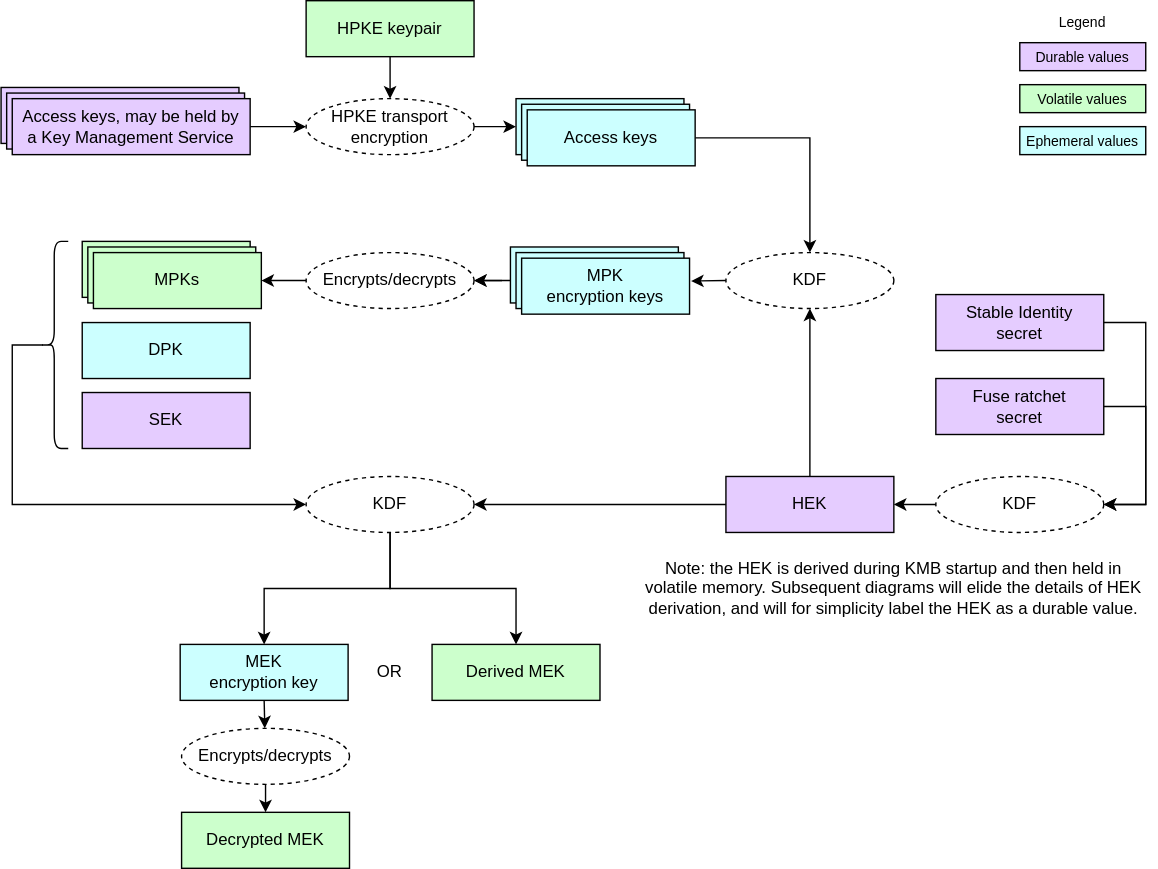
Before: doc/ocp_lock/diagrams/key_hierarchy.drawio.svg, a diagram exported from draw.io (chipsalliance/Caliptra). Source tidied: cells renumbered, new cells last; positions are measured from the earlier drawing's top-left corner, leaving out a move shared by most shapes.
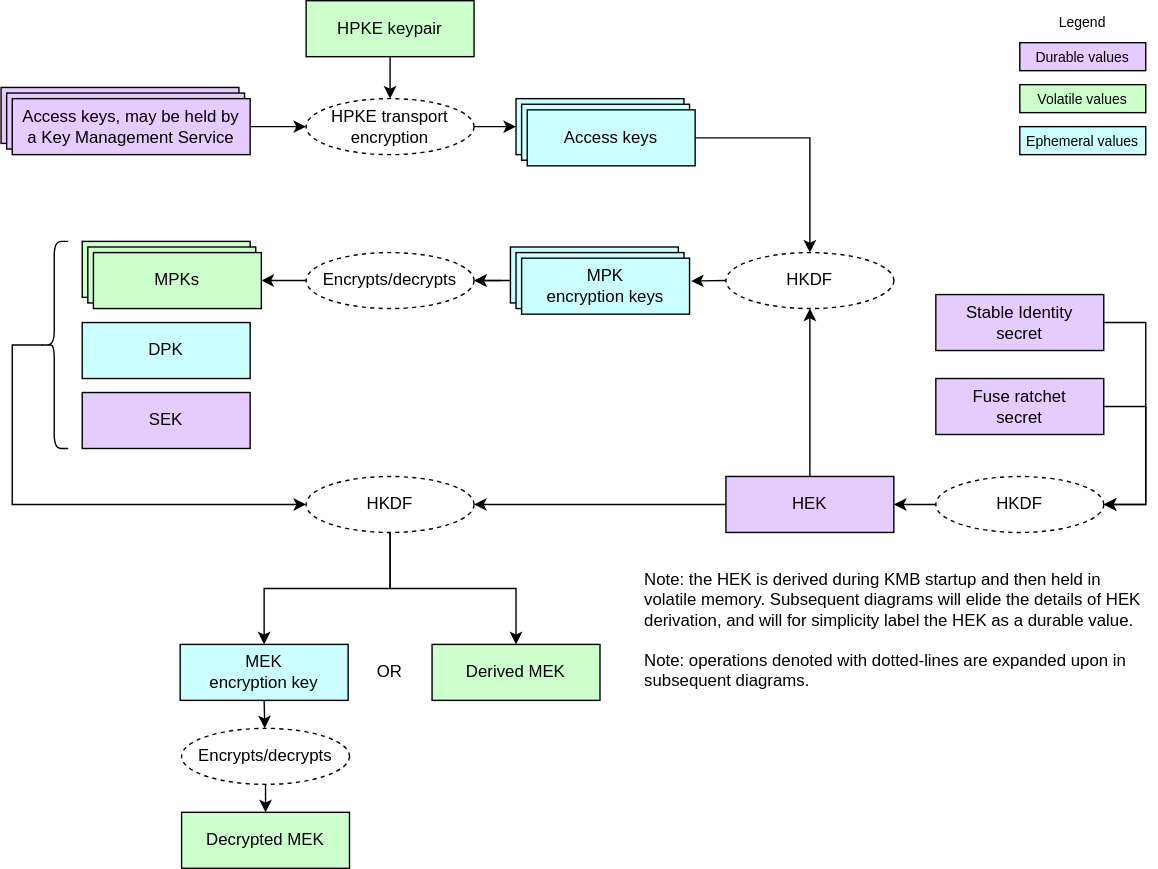
The same diagram one commit later.

Diff of the diagram source:
```diff
@@ -28,7 +28,7 @@
     <mxCell id="9" value="&lt;div&gt;&lt;font color=&quot;#000000&quot;&gt;Access keys&lt;/font&gt;&lt;/div&gt;" style="rounded=0;whiteSpace=wrap;html=1;align=center;verticalAlign=middle;shadow=0;glass=0;spacingLeft=0;spacingBottom=0;spacingTop=0;fillColor=#CCFFFF;" parent="1" vertex="1">
       <mxGeometry x="368" y="70" width="120" height="40" as="geometry" />
     </mxCell>
-    <mxCell id="10" value="KDF" style="ellipse;whiteSpace=wrap;html=1;fillColor=#FFFFFF;dashed=1;" parent="1" vertex="1">
+    <mxCell id="10" value="HKDF" style="ellipse;whiteSpace=wrap;html=1;fillColor=#FFFFFF;dashed=1;" parent="1" vertex="1">
       <mxGeometry x="518" y="180" width="120" height="40" as="geometry" />
     </mxCell>
     <mxCell id="11" value="Encrypts/decrypts" style="ellipse;whiteSpace=wrap;html=1;fillColor=#FFFFFF;dashed=1;" parent="1" vertex="1">
@@ -90,7 +90,7 @@
     <mxCell id="28" value="&lt;div&gt;&lt;font color=&quot;#000000&quot;&gt;MPKs&lt;/font&gt;&lt;/div&gt;" style="rounded=0;whiteSpace=wrap;html=1;align=center;verticalAlign=middle;shadow=0;glass=0;spacingLeft=0;spacingBottom=0;spacingTop=0;fillColor=#CCFFCC;" parent="1" vertex="1">
       <mxGeometry x="66" y="180" width="120" height="40" as="geometry" />
     </mxCell>
-    <mxCell id="29" value="KDF" style="ellipse;whiteSpace=wrap;html=1;fillColor=#FFFFFF;dashed=1;" parent="1" vertex="1">
+    <mxCell id="29" value="HKDF" style="ellipse;whiteSpace=wrap;html=1;fillColor=#FFFFFF;dashed=1;" parent="1" vertex="1">
       <mxGeometry x="218" y="340" width="120" height="40" as="geometry" />
     </mxCell>
     <mxCell id="30" value="&lt;div&gt;&lt;font color=&quot;#000000&quot;&gt;DPK&lt;/font&gt;&lt;/div&gt;" style="rounded=0;whiteSpace=wrap;html=1;align=center;verticalAlign=middle;shadow=0;glass=0;spacingLeft=0;spacingBottom=0;spacingTop=0;fillColor=#CCFFFF;" parent="1" vertex="1">
@@ -139,7 +139,7 @@
     <mxCell id="41" value="&lt;div&gt;&lt;font color=&quot;#000000&quot;&gt;Fuse ratchet&lt;/font&gt;&lt;/div&gt;&lt;div&gt;&lt;font color=&quot;#000000&quot;&gt;secret&lt;/font&gt;&lt;/div&gt;" style="rounded=0;whiteSpace=wrap;html=1;align=center;verticalAlign=middle;shadow=0;glass=0;spacingLeft=0;spacingBottom=0;spacingTop=0;fillColor=#E5CCFF;" parent="1" vertex="1">
       <mxGeometry x="668" y="270" width="120" height="40" as="geometry" />
     </mxCell>
-    <mxCell id="42" value="KDF" style="ellipse;whiteSpace=wrap;html=1;fillColor=#FFFFFF;dashed=1;" parent="1" vertex="1">
+    <mxCell id="42" value="HKDF" style="ellipse;whiteSpace=wrap;html=1;fillColor=#FFFFFF;dashed=1;" parent="1" vertex="1">
       <mxGeometry x="668" y="340" width="120" height="40" as="geometry" />
     </mxCell>
     <mxCell id="43" style="edgeStyle=segmentEdgeStyle;endArrow=classic;html=1;curved=0;rounded=0;endSize=6;startSize=6;entryX=1;entryY=0.5;entryDx=0;entryDy=0;exitX=1;exitY=0.5;exitDx=0;exitDy=0;" parent="1" edge="1" source="40" target="42">
@@ -161,8 +161,8 @@
         </Array>
       </mxGeometry>
     </mxCell>
-    <mxCell id="46" value="Note: the HEK is derived during KMB startup and then held in volatile memory.&amp;nbsp;&lt;span style=&quot;background-color: transparent;&quot;&gt;Subsequent diagrams will elide the details of HEK derivation, and will for simplicity label the HEK as a durable value.&lt;/span&gt;" style="text;strokeColor=none;align=center;fillColor=none;html=1;verticalAlign=middle;whiteSpace=wrap;rounded=0;" parent="1" vertex="1">
-      <mxGeometry x="458" y="390" width="360" height="60" as="geometry" />
+    <mxCell id="46" value="Note: the HEK is derived during KMB startup and then held in volatile memory.&amp;nbsp;&lt;span style=&quot;background-color: transparent;&quot;&gt;Subsequent diagrams will elide the details of HEK derivation, and will for simplicity label the HEK as a durable value.&lt;/span&gt;&lt;div&gt;&lt;span style=&quot;background-color: transparent;&quot;&gt;&lt;br&gt;&lt;/span&gt;&lt;/div&gt;&lt;div&gt;&lt;span style=&quot;color: rgb(0, 0, 0);&quot;&gt;Note: operations denoted with dotted-lines are expanded upon in subsequent diagrams.&lt;/span&gt;&lt;span style=&quot;background-color: transparent;&quot;&gt;&lt;/span&gt;&lt;/div&gt;" style="text;strokeColor=none;align=left;fillColor=none;html=1;verticalAlign=top;whiteSpace=wrap;rounded=0;" parent="1" vertex="1">
+      <mxGeometry x="458" y="400" width="360" height="60" as="geometry" />
     </mxCell>
     <mxCell id="47" value="&lt;div&gt;&lt;font color=&quot;#000000&quot;&gt;Derived MEK&lt;/font&gt;&lt;/div&gt;" style="rounded=0;whiteSpace=wrap;html=1;align=center;verticalAlign=middle;shadow=0;glass=0;spacingLeft=0;spacingBottom=0;spacingTop=0;fillColor=#CCFFCC;" parent="1" vertex="1">
       <mxGeometry x="308" y="460" width="120" height="40" as="geometry" />
```
